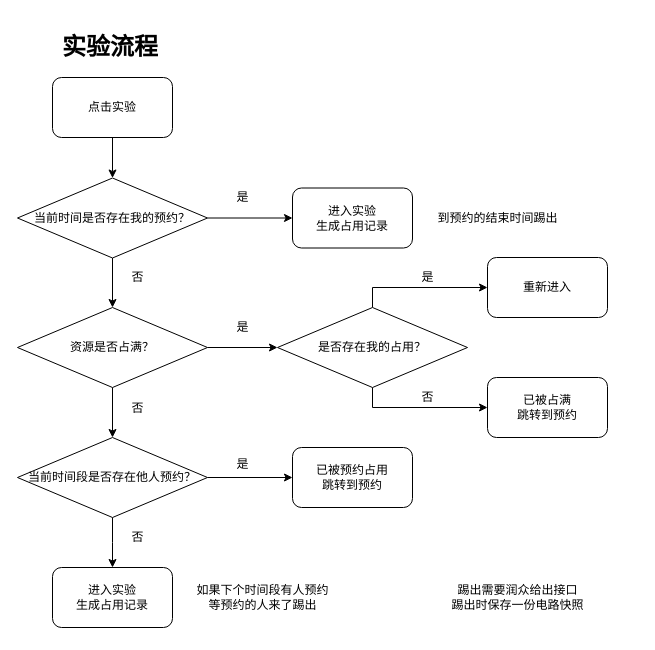
Above: 在线实验流程.drawio in zhaoyu69/draw.io (draw.io), before the change. Source tidied: cells renumbered, new cells numbered last; positions are measured from the earlier drawing's top-left corner, leaving out a move shared by most shapes. Both pictures are drawn from the tidied source at 100%, with x=0, y=0 at pixel (-103, 27).
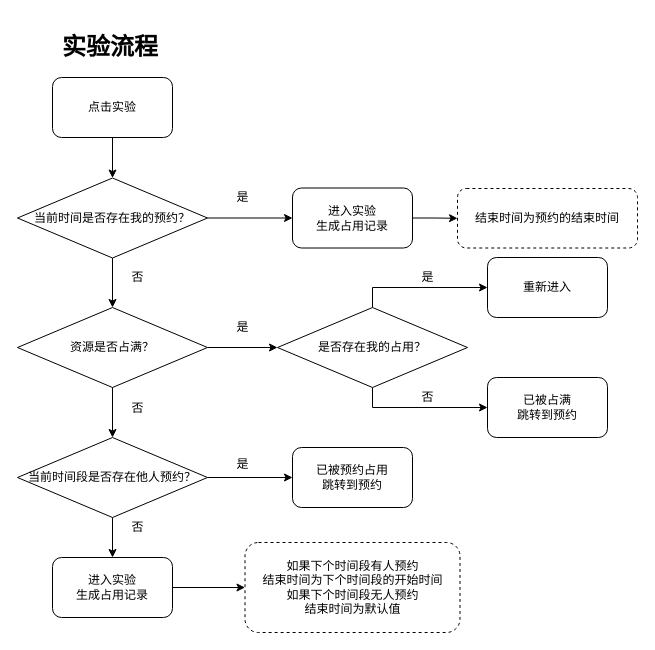
The same page after the edit.

Commit message:
Update 在线实验流程.drawio

The change refers to these unchanged cells:
```xml
<mxCell id="15" value="进入实验&lt;br&gt;生成占用记录" style="rounded=1;whiteSpace=wrap;html=1;" parent="1" vertex="1">
  <mxGeometry x="395" y="160.5" width="120" height="60" as="geometry" />
</mxCell>
<mxCell id="21" value="当前时间段是否存在他人预约？" style="rhombus;whiteSpace=wrap;html=1;" parent="1" vertex="1">
  <mxGeometry x="120" y="410" width="190" height="80" as="geometry" />
</mxCell>
```

Change to the diagram source:
```diff
@@
+    <mxCell id="34" style="edgeStyle=orthogonalEdgeStyle;rounded=0;jettySize=auto;html=1;" parent="1" edge="1" source="15" target="35">
+      <mxGeometry relative="1" as="geometry" />
+    </mxCell>
@@
+    <mxCell id="35" value="&lt;span style=&quot;white-space: nowrap&quot;&gt;结束时间为预约的结束时间&lt;/span&gt;" style="rounded=1;whiteSpace=wrap;html=1;gradientColor=none;dashed=1;" parent="1" vertex="1">
+      <mxGeometry x="560" y="161" width="180" height="59.5" as="geometry" />
+    </mxCell>
@@
-    <mxCell id="18" value="到预约的结束时间踢出" style="text;html=1;align=center;verticalAlign=middle;" parent="1" vertex="1">
-      <mxGeometry x="515" y="180.5" width="170" height="20" as="geometry" />
-    </mxCell>
@@
-    <mxCell id="20" style="edgeStyle=orthogonalEdgeStyle;rounded=0;jettySize=auto;html=1;" parent="1" edge="1" source="21">
-      <mxGeometry relative="1" as="geometry">
-        <mxPoint x="215" y="540" as="targetPoint" />
-      </mxGeometry>
+    <mxCell id="20" style="edgeStyle=orthogonalEdgeStyle;rounded=0;jettySize=auto;html=1;entryX=0.5;entryY=0;entryDx=0;entryDy=0;" parent="1" edge="1" source="21" target="25">
+      <mxGeometry relative="1" as="geometry" />
     </mxCell>
@@
     <mxCell id="24" value="否" style="text;html=1;align=center;verticalAlign=middle;" parent="1" vertex="1">
-      <mxGeometry x="225" y="500" width="30" height="20" as="geometry" />
+      <mxGeometry x="225" y="490" width="30" height="20" as="geometry" />
     </mxCell>
+    <mxCell id="36" style="edgeStyle=orthogonalEdgeStyle;rounded=0;jettySize=auto;html=1;" parent="1" edge="1" source="25" target="37">
+      <mxGeometry relative="1" as="geometry" />
+    </mxCell>
     <mxCell id="25" value="进入实验&lt;br&gt;生成占用记录" style="rounded=1;whiteSpace=wrap;html=1;" parent="1" vertex="1">
-      <mxGeometry x="155" y="540" width="120" height="60" as="geometry" />
+      <mxGeometry x="155" y="530" width="120" height="60" as="geometry" />
     </mxCell>
-    <mxCell id="26" value="如果下个时间段有人预约&lt;br&gt;等预约的人来了踢出" style="text;html=1;align=center;verticalAlign=middle;" parent="1" vertex="1">
-      <mxGeometry x="275" y="555" width="180" height="30" as="geometry" />
-    </mxCell>
-    <mxCell id="27" value="踢出需要润众给出接口&lt;br&gt;踢出时保存一份电路快照" style="text;html=1;align=center;verticalAlign=middle;" parent="1" vertex="1">
-      <mxGeometry x="530" y="555" width="180" height="30" as="geometry" />
-    </mxCell>
+    <mxCell id="37" value="&lt;span style=&quot;white-space: nowrap&quot;&gt;如果下个时间段有人预约&lt;/span&gt;&lt;br style=&quot;white-space: nowrap&quot;&gt;&lt;span style=&quot;white-space: nowrap&quot;&gt;结束时间为下个时间段的开始时间&lt;/span&gt;&lt;br style=&quot;white-space: nowrap&quot;&gt;&lt;span style=&quot;white-space: nowrap&quot;&gt;如果下个时间段无人预约&lt;/span&gt;&lt;br style=&quot;white-space: nowrap&quot;&gt;&lt;span style=&quot;white-space: nowrap&quot;&gt;结束时间为默认值&lt;/span&gt;" style="rounded=1;whiteSpace=wrap;html=1;dashed=1;" parent="1" vertex="1">
+      <mxGeometry x="347.5" y="515" width="215" height="90" as="geometry" />
+    </mxCell>
```
